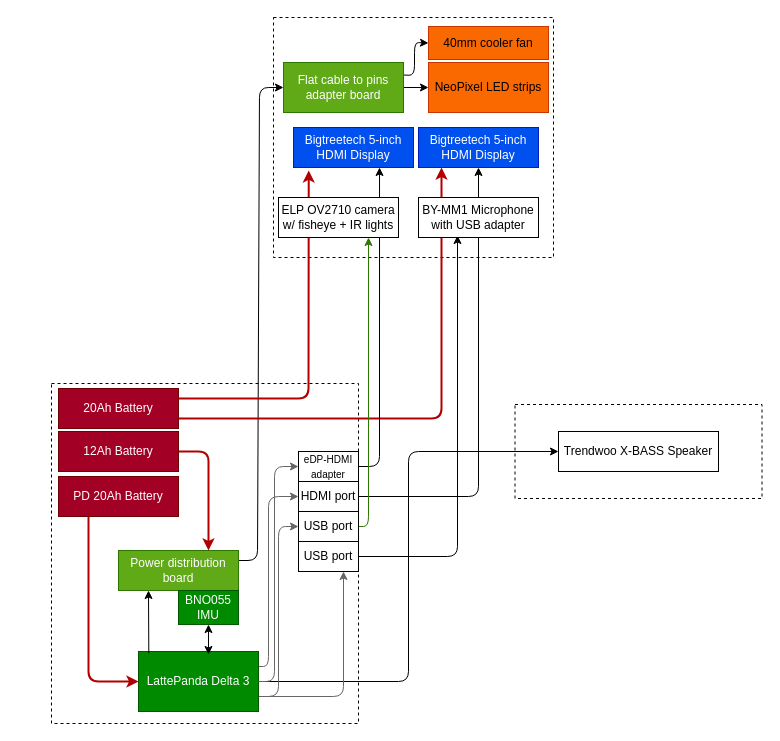
Earlier version of the draw.io diagram Planning/Hardware.drawio (MekhyW/DYNAMO-Electronic_Fursuit-2.0). Source tidied: cells renumbered, new cells numbered last; positions are measured from the earlier drawing's top-left corner, leaving out a move shared by most shapes. Both pictures are drawn from the tidied source at 100%, with x=0, y=0 at pixel (51, 17).
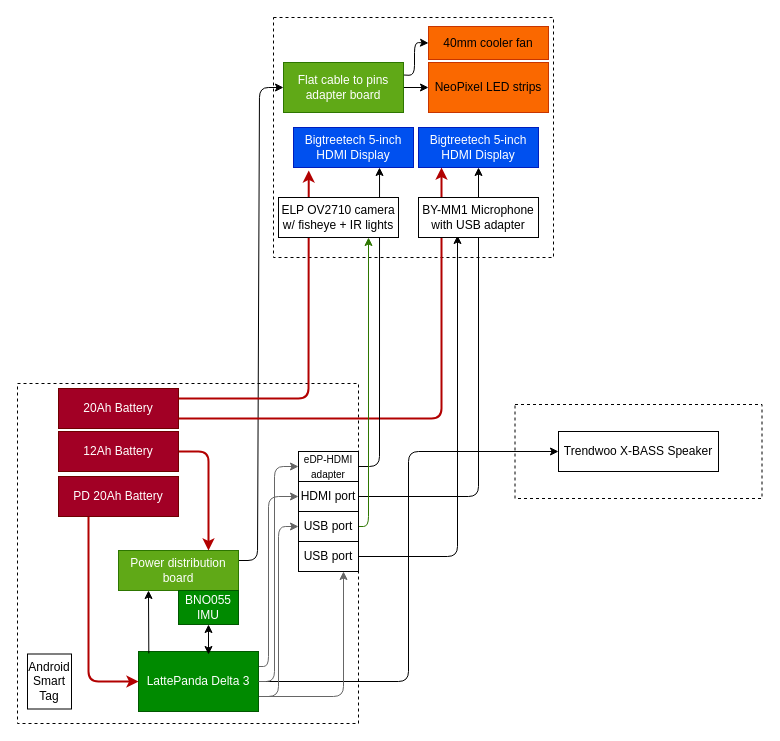
The same page after the edit.

Commit message (it also covers changes not shown here):
android smart tag

What changed in the source:
```diff
@@
     <mxCell id="9" style="rounded=0;whiteSpace=wrap;html=1;dashed=1;" parent="1" vertex="1">
-      <mxGeometry y="366" width="307" height="340" as="geometry" />
+      <mxGeometry x="-34" y="366" width="341" height="340" as="geometry" />
     </mxCell>
@@
+    <mxCell id="41" value="Android Smart Tag" style="rounded=0;whiteSpace=wrap;html=1;" parent="1" vertex="1">
+      <mxGeometry x="-24" y="636.5" width="44" height="55" as="geometry" />
+    </mxCell>
```
